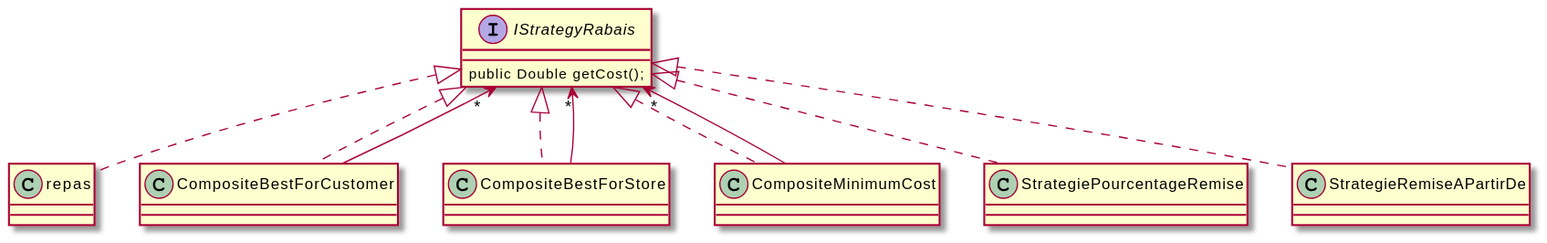
The PlantUML diagram src/main/java/Composite/rabais/README/Diagramme de classe.svg in yvanross/LOG121-GOF-exemples, before a commit.
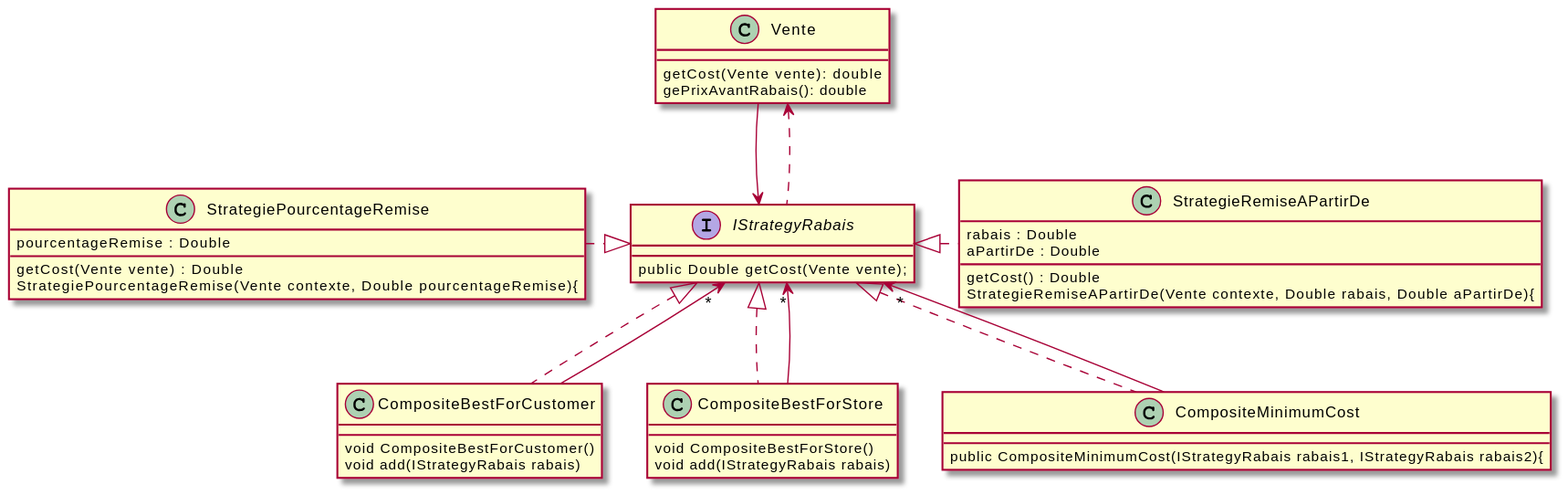
Above is the later version.

What changed in the source:
```diff
@@ -1,18 +1,48 @@
 @startuml
 interface IStrategyRabais {
-  public Double getCost();
+  public Double getCost(Vente vente);
 }
 
-class repas implements IStrategyRabais
-class CompositeBestForCustomer implements IStrategyRabais
-class CompositeBestForStore implements IStrategyRabais
-class CompositeMinimumCost implements IStrategyRabais
+class Vente {
+  getCost(Vente vente): double
+  gePrixAvantRabais(): double
+}
 
+class StrategiePourcentageRemise{
+   pourcentageRemise : Double
+   getCost(Vente vente) : Double
+    StrategiePourcentageRemise(Vente contexte, Double pourcentageRemise){
+
+}
+class StrategieRemiseAPartirDe{
+    rabais : Double
+    aPartirDe : Double
+    getCost() : Double
+    StrategieRemiseAPartirDe(Vente contexte, Double rabais, Double aPartirDe){
+
+}
+
+
+class CompositeBestForCustomer implements IStrategyRabais {
+  void CompositeBestForCustomer()
+  void add(IStrategyRabais rabais)
+}
+class CompositeBestForStore implements IStrategyRabais {
+  void CompositeBestForStore()
+  void add(IStrategyRabais rabais)
+}
+class CompositeMinimumCost implements IStrategyRabais {
+    public CompositeMinimumCost(IStrategyRabais rabais1, IStrategyRabais rabais2){
+
+}
+
+Vente -d-> IStrategyRabais
+Vente <.d. IStrategyRabais
 CompositeBestForCustomer --> "*" IStrategyRabais
 CompositeBestForStore --> "*" IStrategyRabais
 CompositeMinimumCost --> "*" IStrategyRabais
 
 
-IStrategyRabais <|.. StrategiePourcentageRemise
-IStrategyRabais <|.. StrategieRemiseAPartirDe
+IStrategyRabais <|.l. StrategiePourcentageRemise
+IStrategyRabais <|.r. StrategieRemiseAPartirDe
 @enduml
```
